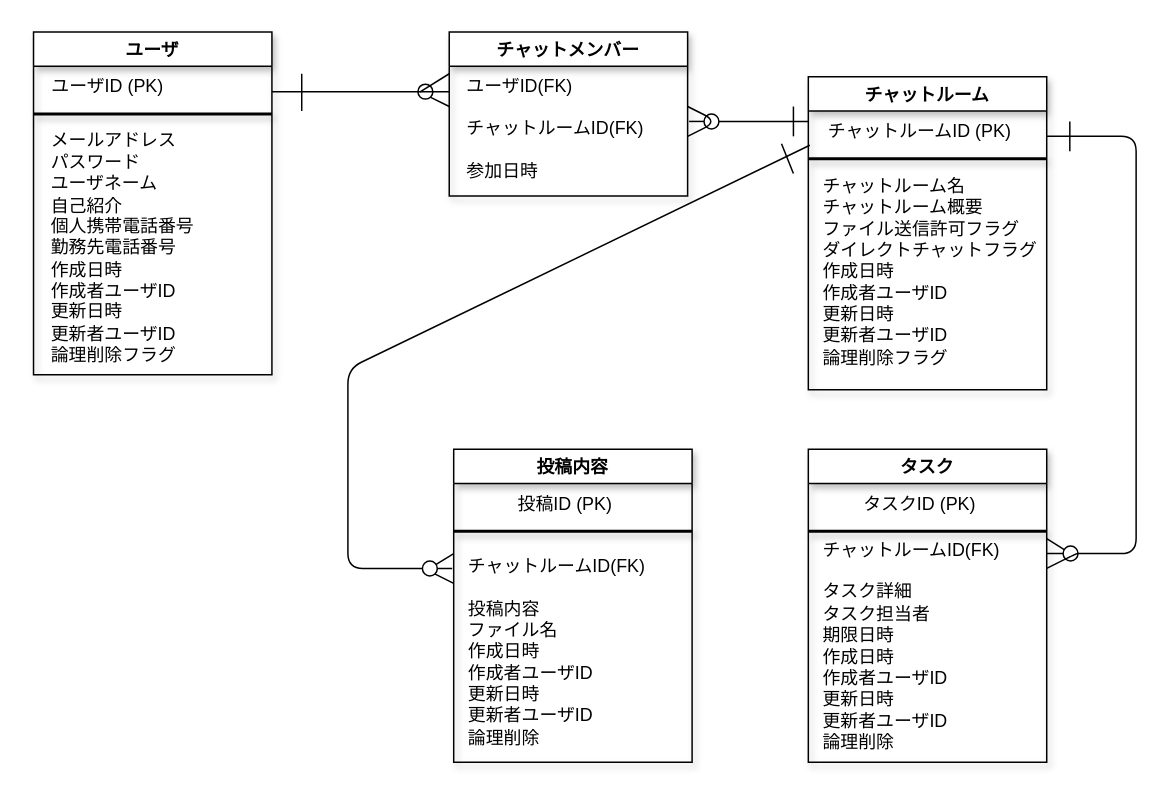
RYU1030/quelcode-db keeps this draw.io diagram as db/db-challenge1/er_diagram.drawio. Above is the earlier version. Source tidied: cells renumbered, new cells numbered last; positions are measured from the earlier drawing's top-left corner, leaving out a move shared by most shapes. Both pictures are drawn from the tidied source at 149%, with x=0, y=0 at pixel (33, 31).
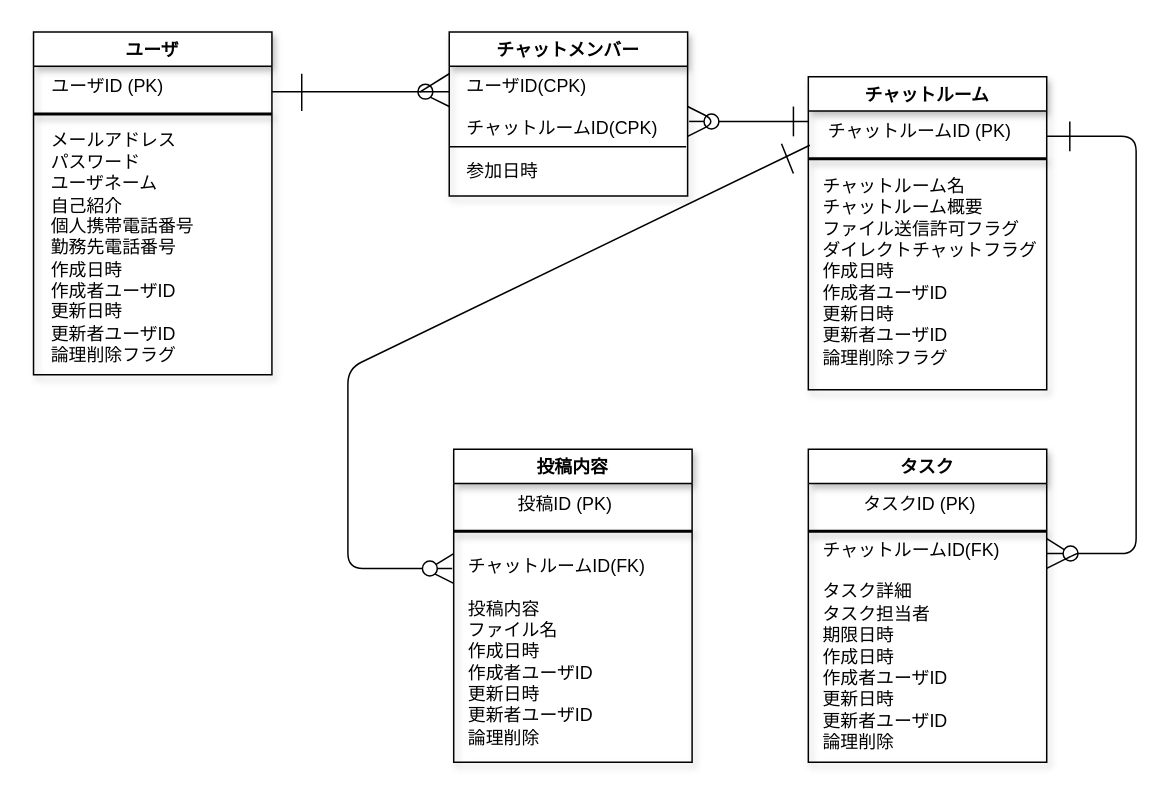
Above is the later version.

Commit message:
ER図を修正。ユーザIDとチャットルームIDの組合せで複合主キーを形成。

Unchanged cells that the change refers to:
```xml
<mxCell id="10" value="チャットメンバー" style="swimlane;shadow=1;" parent="1" vertex="1">
  <mxGeometry x="279" width="160" height="110" as="geometry" />
</mxCell>
```

Change to the diagram source:
```diff
@@
-    <mxCell id="11" value="ユーザID(FK)&lt;br&gt;&lt;br&gt;チャットルームID(FK)&lt;br&gt;&lt;br&gt;参加日時" style="text;html=1;strokeColor=none;fillColor=none;align=left;verticalAlign=middle;whiteSpace=wrap;rounded=0;" parent="10" vertex="1">
+    <mxCell id="11" value="ユーザID(CPK)&lt;br&gt;&lt;br&gt;チャットルームID(CPK)&lt;br&gt;&lt;br&gt;参加日時" style="text;html=1;strokeColor=none;fillColor=none;align=left;verticalAlign=middle;whiteSpace=wrap;rounded=0;" parent="10" vertex="1">
       <mxGeometry x="10" y="29" width="150" height="71" as="geometry" />
     </mxCell>
+    <mxCell id="40" style="endArrow=none;html=1;" parent="10" edge="1">
+      <mxGeometry relative="1" as="geometry">
+        <mxPoint y="77" as="sourcePoint" />
+        <mxPoint x="159" y="77" as="targetPoint" />
+      </mxGeometry>
+    </mxCell>
```
